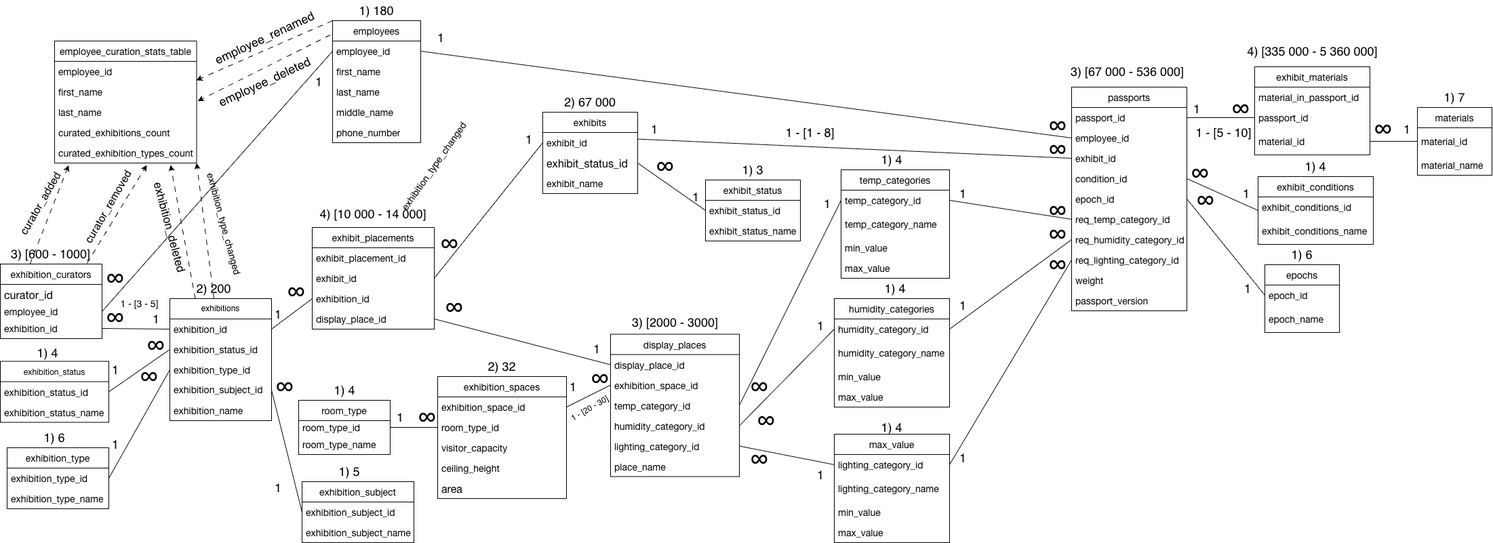
Before: 5 семестр/latex/Базы Данных/pic/db_schema_triggers.png, a diagram exported from draw.io (Donkarton4ik/Databases). Source tidied: cells renumbered, new cells last; positions are measured from the earlier drawing's top-left corner, leaving out a move shared by most shapes.
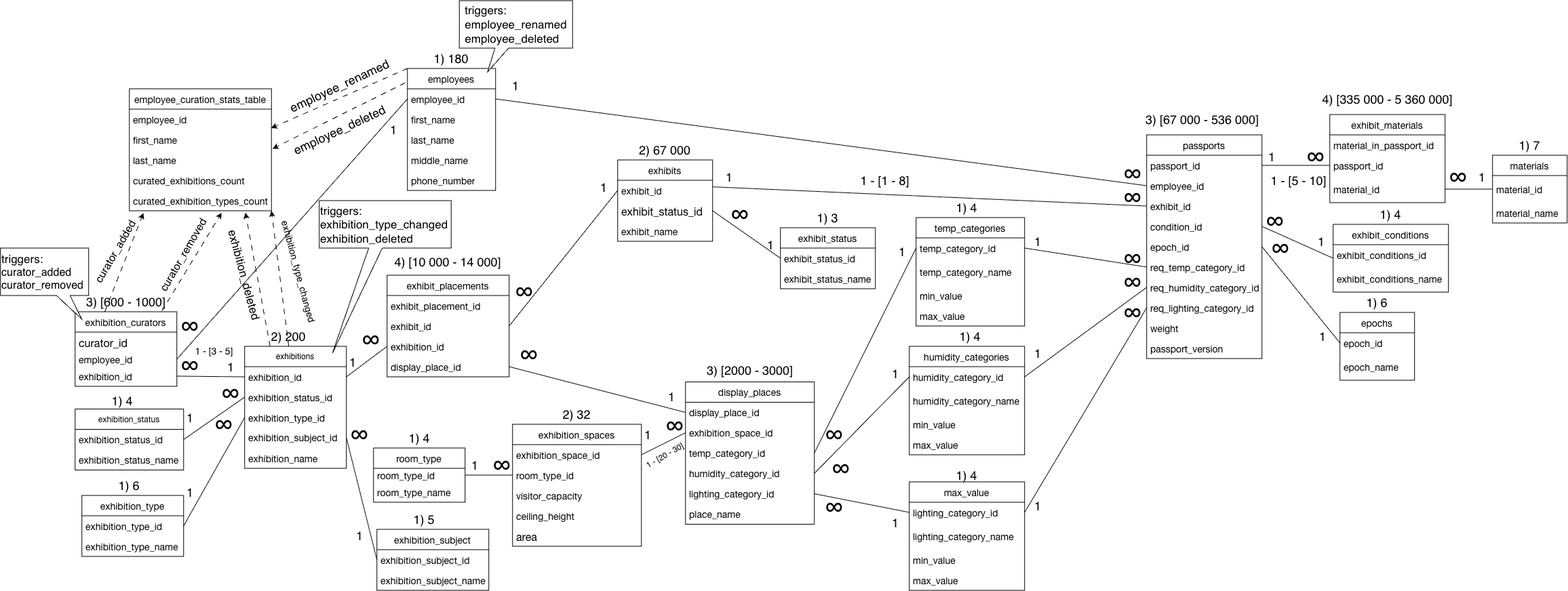
The same diagram one commit later.

Commit message:
lab2 - triggers done and approved

Change to the diagram source:
```diff
@@ -468,7 +468,7 @@
       <mxGeometry relative="1" as="geometry" />
     </mxCell>
     <mxCell id="157" value="&lt;font style=&quot;font-size: 18px;&quot;&gt;1&lt;/font&gt;" style="text;html=1;whiteSpace=wrap;strokeColor=none;fillColor=none;align=center;verticalAlign=middle;rounded=0;strokeWidth=0;perimeterSpacing=0;" parent="1" vertex="1">
-      <mxGeometry x="380" y="702.5" width="60" height="32" as="geometry" />
+      <mxGeometry x="390" y="703" width="60" height="32" as="geometry" />
     </mxCell>
     <mxCell id="158" value="&lt;p class=&quot;p1&quot; style=&quot;margin: 0px; font-style: normal; font-variant: normal; font-size-adjust: none; font-language-override: normal; font-kerning: auto; font-optical-sizing: auto; font-feature-settings: normal; font-variation-settings: normal; font-stretch: normal; line-height: normal; font-family: &amp;quot;Helvetica Neue&amp;quot;; text-align: start;&quot;&gt;&lt;font style=&quot;font-size: 14px;&quot;&gt;room_type&lt;/font&gt;&lt;/p&gt;" style="swimlane;fontStyle=0;horizontal=1;startSize=30;whiteSpace=wrap;html=1;" parent="1" vertex="1">
       <mxGeometry x="440" y="590" width="135" height="80" as="geometry" />
@@ -609,14 +609,20 @@
     <mxCell id="202" style="endArrow=classic;html=1;rounded=0;exitX=0.25;exitY=0;exitDx=0;exitDy=0;dashed=1;dashPattern=8 8;entryX=0.817;entryY=1.096;entryDx=0;entryDy=0;entryPerimeter=0;" parent="1" edge="1" source="25" target="192">
       <mxGeometry relative="1" as="geometry" />
     </mxCell>
-    <mxCell id="203" value="&lt;font style=&quot;font-size: 14px;&quot;&gt;exhibition_type_changed&lt;/font&gt;" style="text;html=1;whiteSpace=wrap;strokeColor=none;fillColor=none;align=center;verticalAlign=middle;rounded=0;strokeWidth=0;perimeterSpacing=0;rotation=-55;" parent="1" vertex="1">
-      <mxGeometry x="610" y="230" width="60" height="30" as="geometry" />
-    </mxCell>
     <mxCell id="204" value="&lt;font style=&quot;font-size: 16px;&quot;&gt;curator_added&lt;/font&gt;" style="text;html=1;whiteSpace=wrap;strokeColor=none;fillColor=none;align=center;verticalAlign=middle;rounded=0;strokeWidth=0;perimeterSpacing=0;rotation=-60;" parent="1" vertex="1">
       <mxGeometry x="30" y="285" width="60" height="30" as="geometry" />
     </mxCell>
     <mxCell id="205" value="&lt;font style=&quot;font-size: 16px;&quot;&gt;curator_removed&lt;/font&gt;" style="text;html=1;whiteSpace=wrap;strokeColor=none;fillColor=none;align=center;verticalAlign=middle;rounded=0;strokeWidth=0;perimeterSpacing=0;rotation=-60;" parent="1" vertex="1">
       <mxGeometry x="130" y="290" width="60" height="30" as="geometry" />
     </mxCell>
+    <mxCell id="206" value="&lt;div style=&quot;text-align: left;&quot;&gt;&lt;font style=&quot;font-size: 17px;&quot;&gt;triggers:&lt;/font&gt;&lt;/div&gt;&lt;div style=&quot;text-align: left;&quot;&gt;&lt;span style=&quot;background-color: transparent; color: light-dark(rgb(0, 0, 0), rgb(255, 255, 255));&quot;&gt;&lt;font style=&quot;font-size: 17px;&quot;&gt;employee_renamed&lt;/font&gt;&lt;/span&gt;&lt;/div&gt;&lt;div style=&quot;text-align: left;&quot;&gt;&lt;font style=&quot;font-size: 17px;&quot;&gt;employee_deleted&lt;/font&gt;&lt;span style=&quot;font-size: 18px;&quot;&gt;&lt;/span&gt;&lt;/div&gt;" style="shape=wedgeCallout;whiteSpace=wrap;html=1;" parent="1" vertex="1">
+      <mxGeometry x="566.5" y="-70" width="167" height="70" as="geometry" />
+    </mxCell>
+    <mxCell id="207" value="&lt;div style=&quot;&quot;&gt;&lt;font style=&quot;font-size: 17px;&quot;&gt;triggers:&lt;/font&gt;&lt;/div&gt;&lt;div style=&quot;&quot;&gt;&lt;span style=&quot;font-size: 16px;&quot;&gt;curator_added&lt;/span&gt;&lt;/div&gt;&lt;div style=&quot;&quot;&gt;&lt;span style=&quot;font-size: 16px;&quot;&gt;curator_removed&lt;/span&gt;&lt;/div&gt;" style="shape=wedgeCallout;whiteSpace=wrap;html=1;tipX=0.423;tipY=1;align=left;" parent="1" vertex="1">
+      <mxGeometry x="-110" y="295" width="130" height="70" as="geometry" />
+    </mxCell>
+    <mxCell id="208" value="&lt;div style=&quot;&quot;&gt;&lt;font style=&quot;font-size: 17px;&quot;&gt;triggers:&lt;/font&gt;&lt;/div&gt;&lt;div style=&quot;&quot;&gt;&lt;span style=&quot;text-align: center;&quot;&gt;&lt;font style=&quot;font-size: 17px;&quot;&gt;exhibition_type_changed&lt;/font&gt;&lt;/span&gt;&lt;/div&gt;&lt;div style=&quot;&quot;&gt;&lt;span style=&quot;text-align: center;&quot;&gt;&lt;font style=&quot;font-size: 17px;&quot;&gt;exhibition_deleted&lt;/font&gt;&lt;/span&gt;&lt;/div&gt;" style="shape=wedgeCallout;whiteSpace=wrap;html=1;tipX=-0.4;tipY=2.714;align=left;" parent="1" vertex="1">
+      <mxGeometry x="360" y="225" width="194.5" height="70" as="geometry" />
+    </mxCell>
   </root>
 </mxGraphModel>
```
